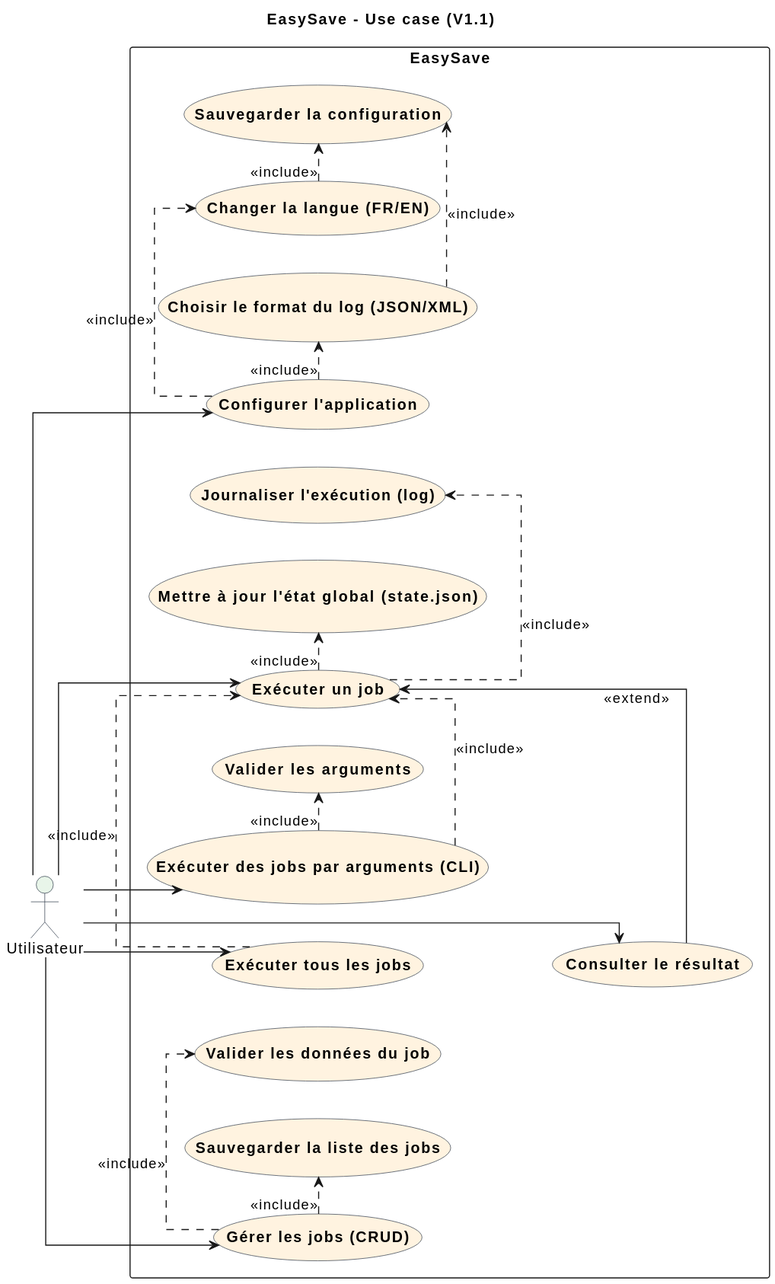
Before: docs/uml/DiagrammeUseCase_General.svg, a diagram exported from PlantUML (RiperPro03/EasySave).
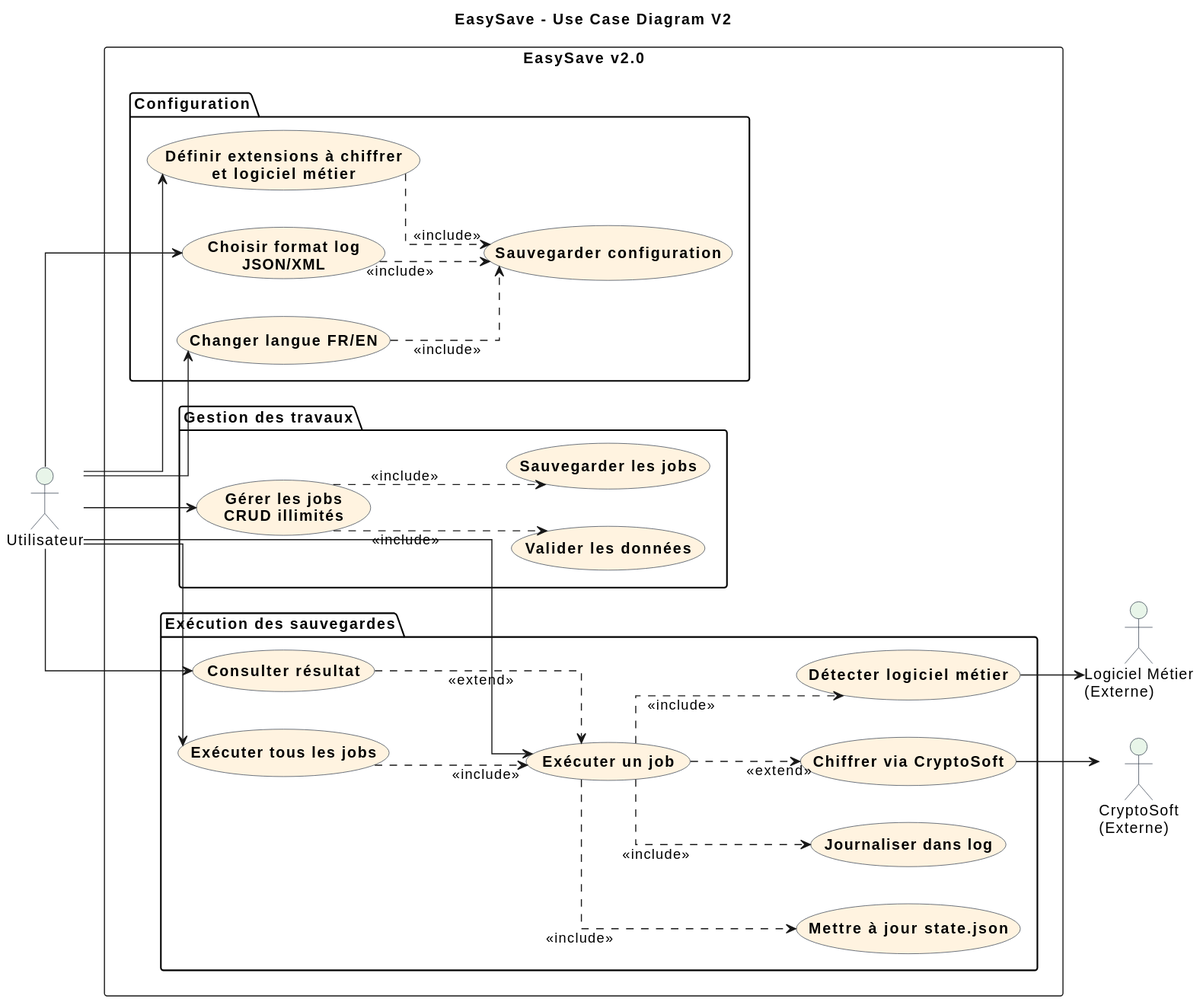
After the change.

Diff of the diagram source:
```diff
@@ -1,64 +1,78 @@
 @startuml
+left to right direction
 skinparam backgroundColor white
 skinparam shadowing false
 skinparam linetype ortho
-left to right direction
 
 skinparam actor {
   BackgroundColor #E8F5E9
   BorderColor #2F3A4A
 }
+
 skinparam usecase {
   BackgroundColor #FFF3E0
   BorderColor #2F3A4A
   FontStyle bold
 }
 
-title EasySave - Use case (V1.1)
+title EasySave - Use Case Diagram V2
 
 actor "Utilisateur" as User
+actor "Logiciel Métier\n(Externe)" as BusinessApp
+actor "CryptoSoft\n(Externe)" as CryptoSoft
 
-rectangle "EasySave" {
+rectangle "EasySave v2.0" {
 
-  usecase "Gérer les jobs (CRUD)" as UC_CRUD
-  usecase "Valider les données du job" as UC_ValidateJob
-  usecase "Sauvegarder la liste des jobs" as UC_SaveJobs
+  package "Gestion des travaux" {
+    (Gérer les jobs\nCRUD illimités) as UC_CRUD
+    (Valider les données) as UC_ValidateJob
+    (Sauvegarder les jobs) as UC_SaveJobs
+  }
 
-  usecase "Exécuter un job" as UC_RunOne
-  usecase "Exécuter tous les jobs" as UC_RunAll
-  usecase "Exécuter des jobs par arguments (CLI)" as UC_RunArgs
-  usecase "Valider les arguments" as UC_ValidateArgs
-  usecase "Journaliser l'exécution (log)" as UC_Log
-  usecase "Mettre à jour l'état global (state.json)" as UC_State
-  usecase "Consulter le résultat" as UC_Result
+  package "Exécution des sauvegardes" {
+    (Exécuter un job) as UC_RunOne
+    (Exécuter tous les jobs) as UC_RunAll
+    (Mettre à jour state.json) as UC_State
+    (Journaliser dans log) as UC_Log
+    (Détecter logiciel métier) as UC_BusinessCheck
+    (Chiffrer via CryptoSoft) as UC_Crypto
+    (Consulter résultat) as UC_Result
+  }
 
-  usecase "Configurer l'application" as UC_Config
-  usecase "Changer la langue (FR/EN)" as UC_Lang
-  usecase "Choisir le format du log (JSON/XML)" as UC_LogFormat
-  usecase "Sauvegarder la configuration" as UC_SaveConfig
+  package "Configuration" {
+    (Changer langue FR/EN) as UC_Lang
+    (Choisir format log\nJSON/XML) as UC_LogFormat
+    (Définir extensions à chiffrer\net logiciel métier) as UC_DefineCrypto
+    (Sauvegarder configuration) as UC_SaveConfig
+  }
 }
 
 User --> UC_CRUD
 User --> UC_RunOne
 User --> UC_RunAll
-User --> UC_RunArgs
-User --> UC_Config
 User --> UC_Result
 
-UC_CRUD .> UC_ValidateJob : <<include>>
-UC_CRUD .> UC_SaveJobs    : <<include>>
+User --> UC_Lang
+User --> UC_LogFormat
+User --> UC_DefineCrypto
 
-UC_RunAll  .> UC_RunOne : <<include>>
-UC_RunArgs .> UC_RunOne : <<include>>
-UC_RunArgs .> UC_ValidateArgs : <<include>>
+UC_BusinessCheck --> BusinessApp
+UC_Crypto --> CryptoSoft
 
-UC_RunOne .> UC_Log   : <<include>>
-UC_RunOne .> UC_State : <<include>>
 
-UC_Result -up-> UC_RunOne : <<extend>>
+UC_CRUD ..> UC_ValidateJob : <<include>>
+UC_CRUD ..> UC_SaveJobs    : <<include>>
 
-UC_Config .> UC_Lang      : <<include>>
-UC_Config .> UC_LogFormat : <<include>>
-UC_Lang      .> UC_SaveConfig : <<include>>
-UC_LogFormat .> UC_SaveConfig : <<include>>
+UC_RunAll ..> UC_RunOne : <<include>>
+
+UC_RunOne ..> UC_State         : <<include>>
+UC_RunOne ..> UC_Log           : <<include>>
+UC_RunOne ..> UC_BusinessCheck : <<include>>
+UC_RunOne ..> UC_Crypto        : <<extend>>
+
+UC_Lang ..> UC_SaveConfig : <<include>>
+UC_LogFormat ..> UC_SaveConfig : <<include>>
+UC_DefineCrypto ..> UC_SaveConfig : <<include>>
+
+UC_Result ..> UC_RunOne : <<extend>>
 @enduml
```
